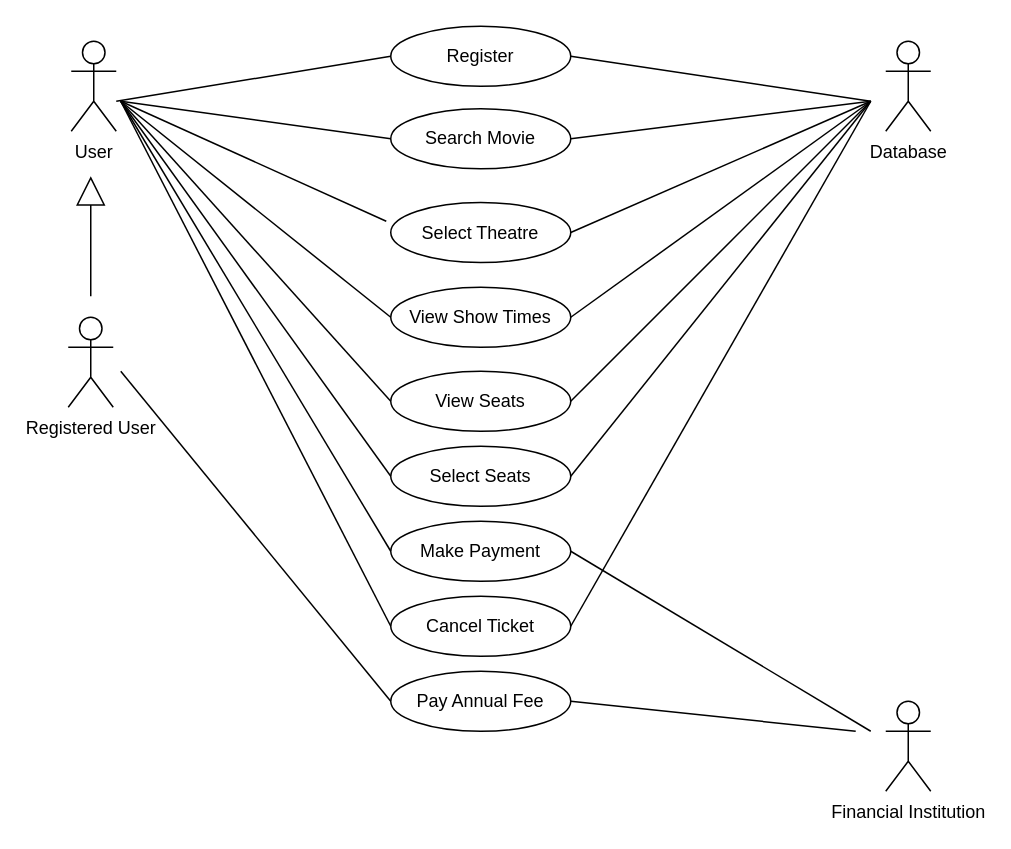
folkg/movie-ticket-reservation-app keeps this draw.io diagram as Dessign Documents/Diagrams/usecase_diagram.drawio. Above is the earlier version. Source tidied: cells renumbered, new cells numbered last; positions are measured from the earlier drawing's top-left corner, leaving out a move shared by most shapes. Both pictures are drawn from the tidied source at 150%, with x=0, y=0 at pixel (68, 26).
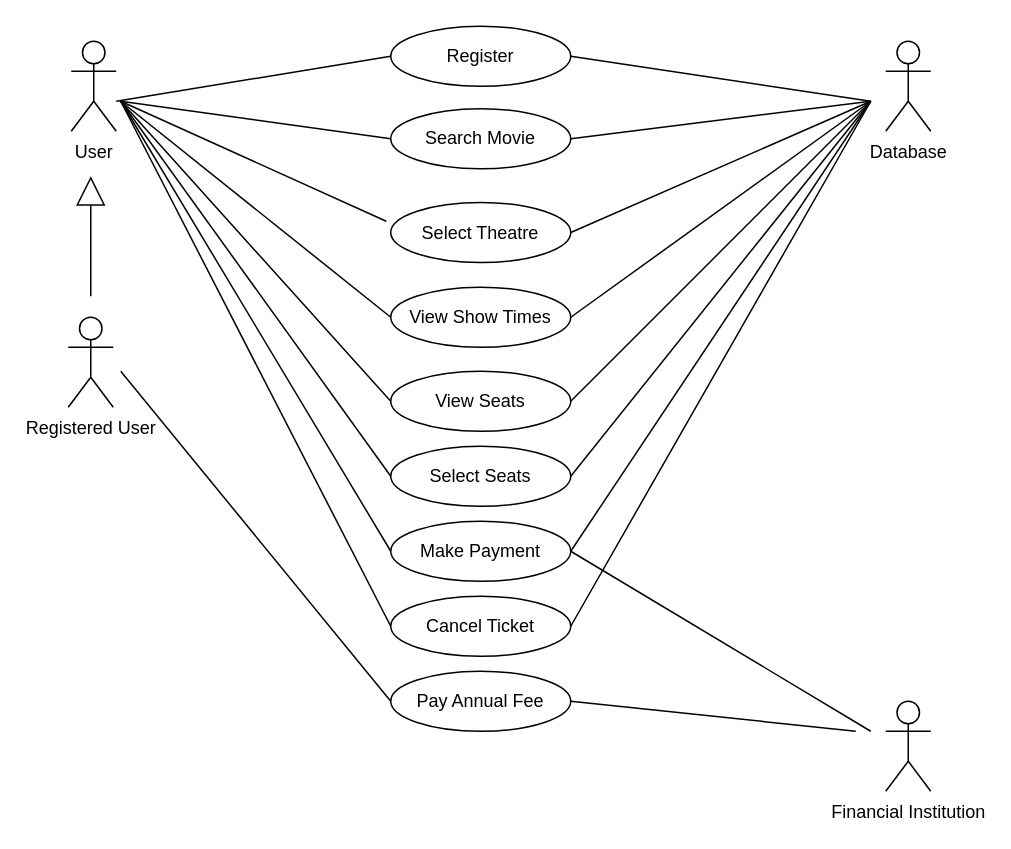
The same diagram, later.

Commit message:
day 1 diagram

The edit, as a diff of the source:
```diff
@@
+    <mxCell id="34" style="endArrow=none;html=1;" parent="1" edge="1">
+      <mxGeometry relative="1" as="geometry">
+        <mxPoint x="335" y="350" as="sourcePoint" />
+        <mxPoint x="535" y="50" as="targetPoint" />
+      </mxGeometry>
+    </mxCell>
```
